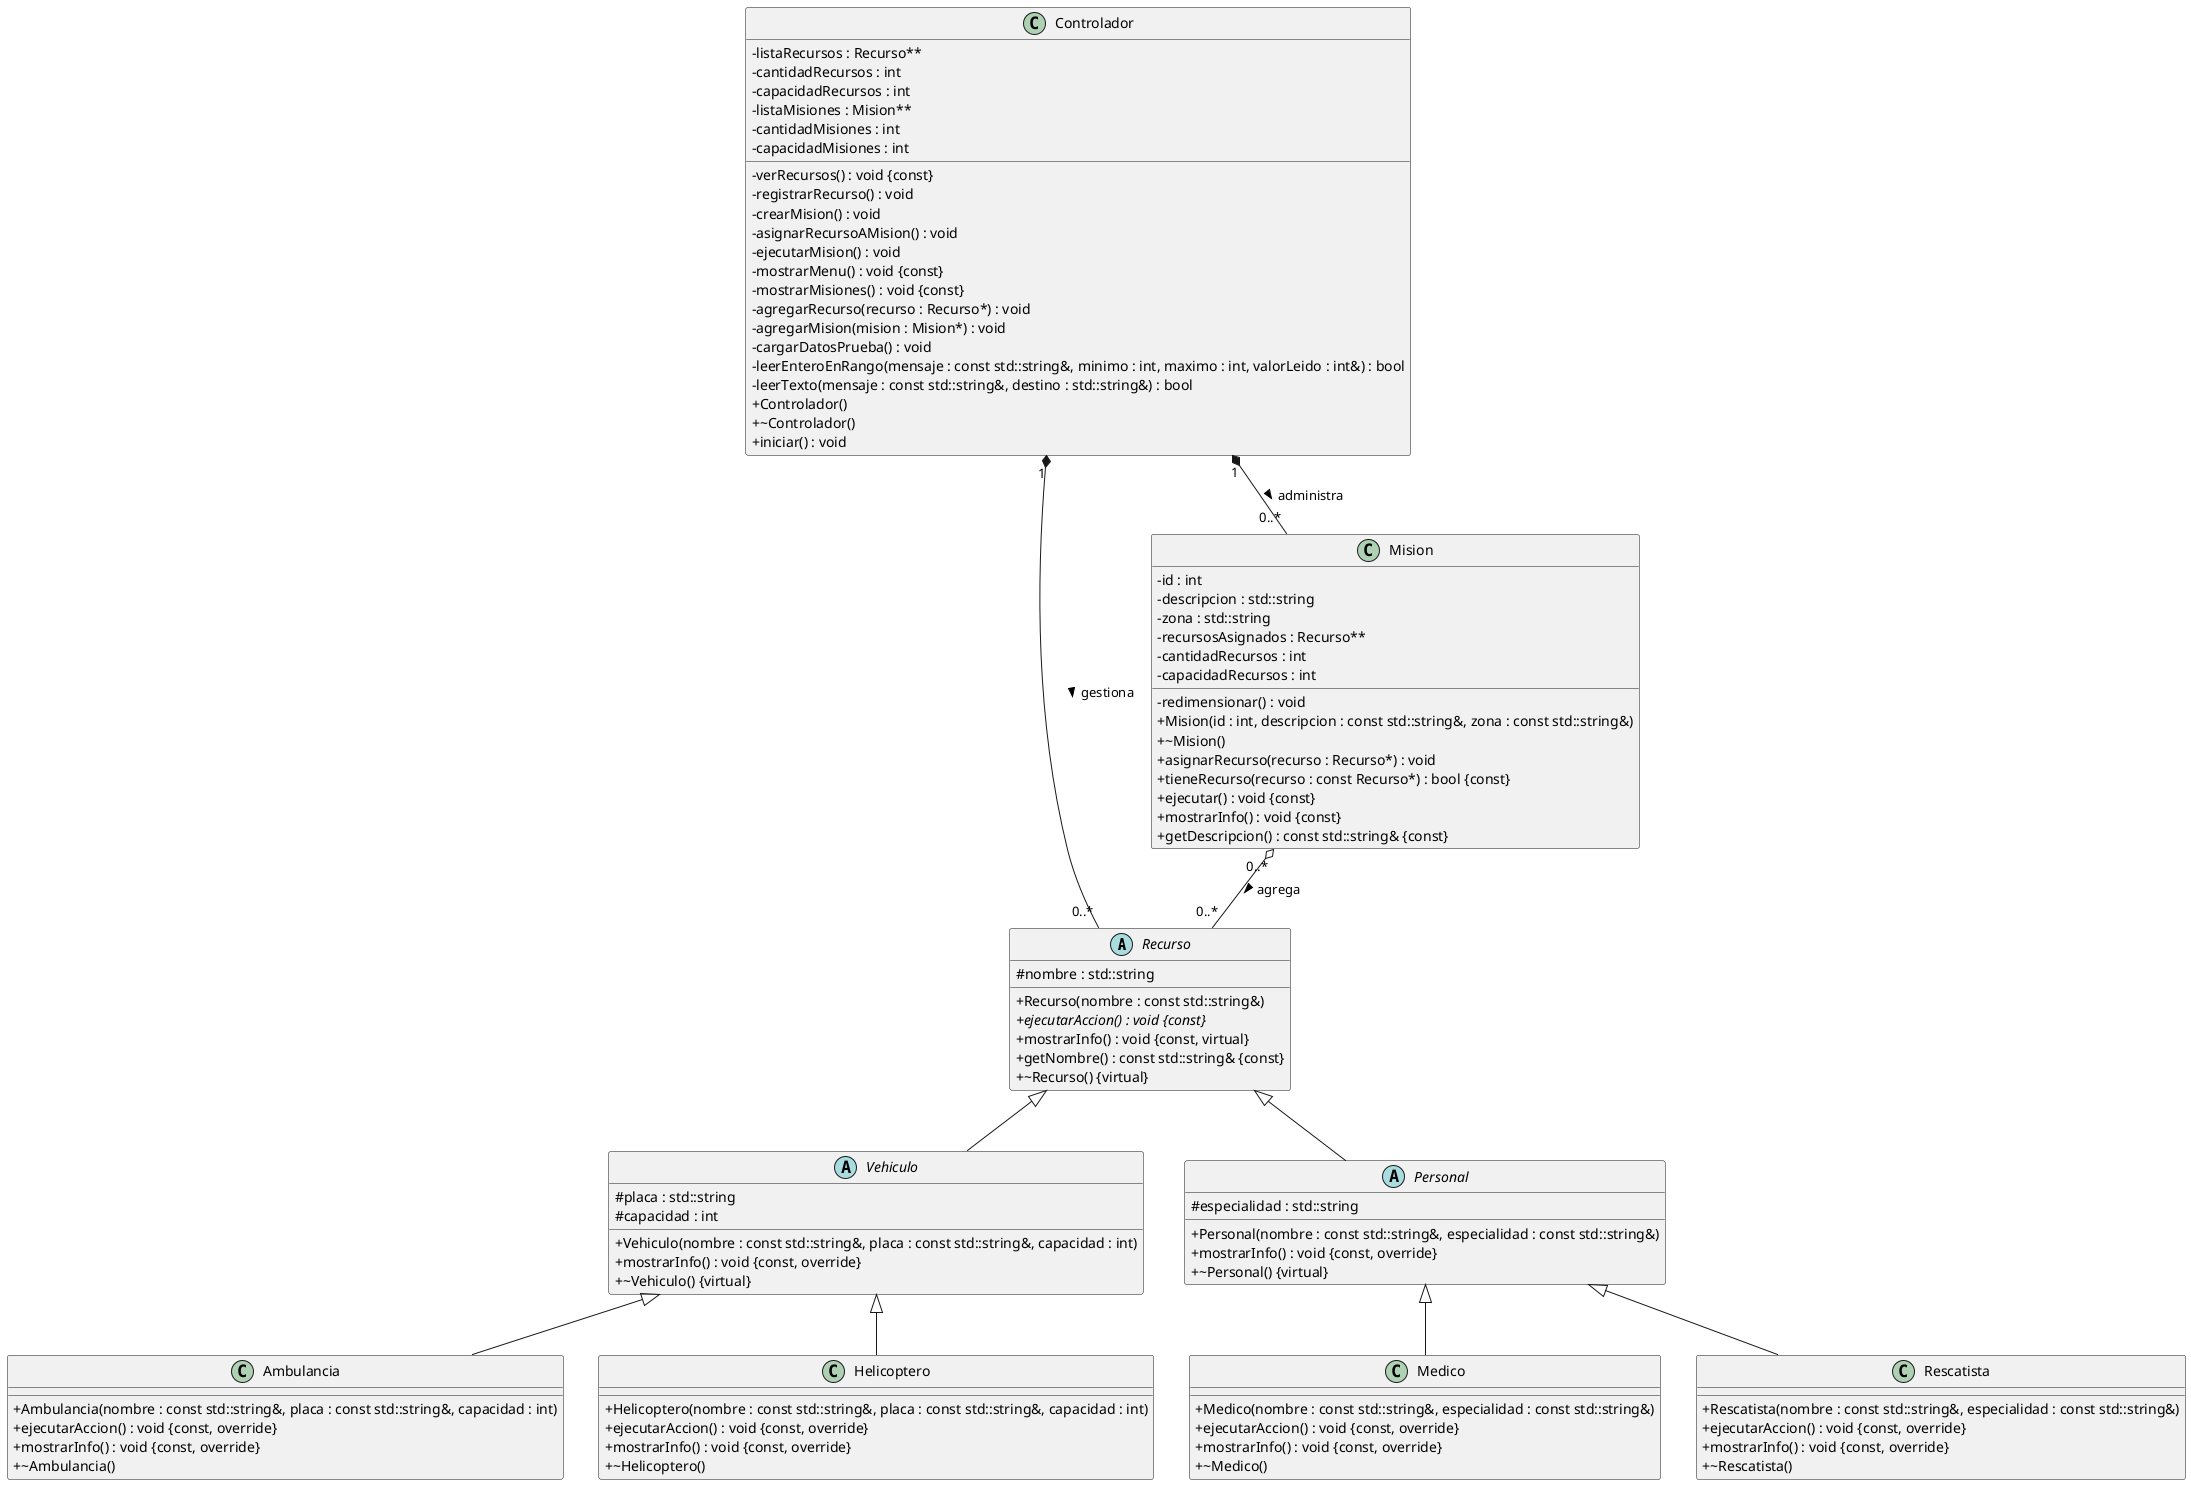
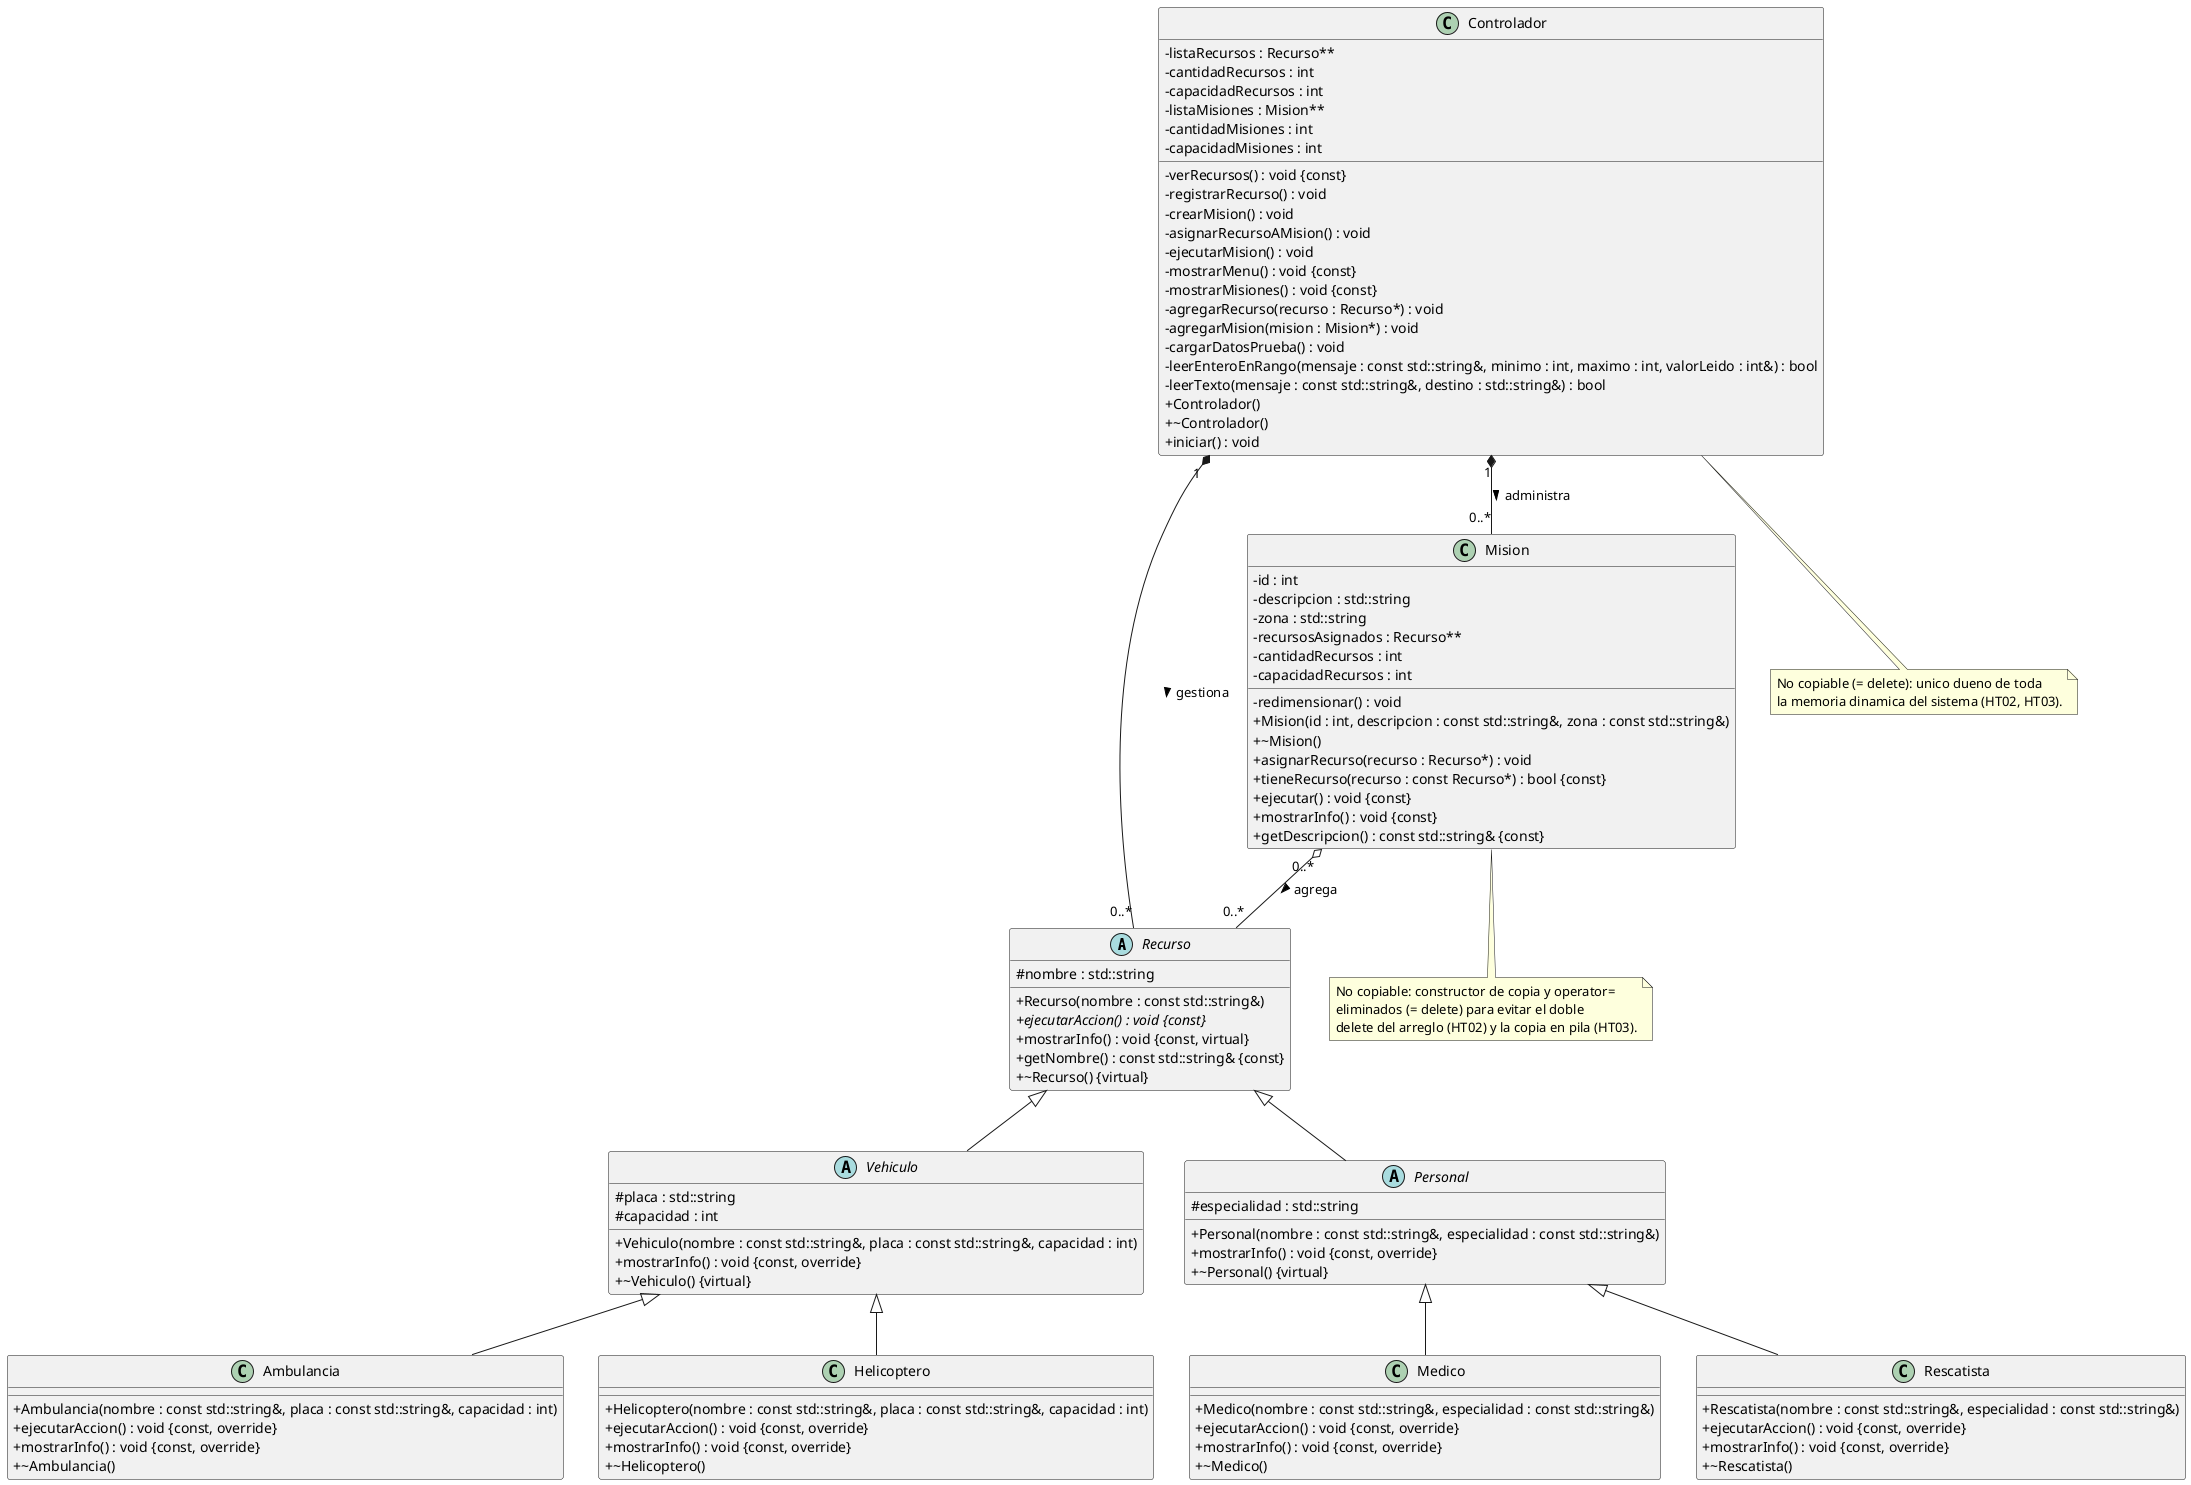
@startuml Diagrama_Clases_SGMR
' Diagrama de clases del SGMR - Parcial 2 FPOO (Universidad del Valle)
' Autor: Juan Diego Ojeda Silva (cod. 2517089) - 14/07/2026
' Coherente 1:1 con el codigo de Codigo/include y Codigo/src.
skinparam classAttributeIconSize 0

abstract class Recurso {
    # nombre : std::string
    + Recurso(nombre : const std::string&)
    + {abstract} ejecutarAccion() : void {const}
    + mostrarInfo() : void {const, virtual}
    + getNombre() : const std::string& {const}
    + ~Recurso() {virtual}
}

abstract class Vehiculo {
    # placa : std::string
    # capacidad : int
    + Vehiculo(nombre : const std::string&, placa : const std::string&, capacidad : int)
    + mostrarInfo() : void {const, override}
    + ~Vehiculo() {virtual}
}

abstract class Personal {
    # especialidad : std::string
    + Personal(nombre : const std::string&, especialidad : const std::string&)
    + mostrarInfo() : void {const, override}
    + ~Personal() {virtual}
}

class Ambulancia {
    + Ambulancia(nombre : const std::string&, placa : const std::string&, capacidad : int)
    + ejecutarAccion() : void {const, override}
    + mostrarInfo() : void {const, override}
    + ~Ambulancia()
}

class Helicoptero {
    + Helicoptero(nombre : const std::string&, placa : const std::string&, capacidad : int)
    + ejecutarAccion() : void {const, override}
    + mostrarInfo() : void {const, override}
    + ~Helicoptero()
}

class Medico {
    + Medico(nombre : const std::string&, especialidad : const std::string&)
    + ejecutarAccion() : void {const, override}
    + mostrarInfo() : void {const, override}
    + ~Medico()
}

class Rescatista {
    + Rescatista(nombre : const std::string&, especialidad : const std::string&)
    + ejecutarAccion() : void {const, override}
    + mostrarInfo() : void {const, override}
    + ~Rescatista()
}

class Mision {
    - id : int
    - descripcion : std::string
    - zona : std::string
    - recursosAsignados : Recurso**
    - cantidadRecursos : int
    - capacidadRecursos : int
    - redimensionar() : void
    + Mision(id : int, descripcion : const std::string&, zona : const std::string&)
    + ~Mision()
    + asignarRecurso(recurso : Recurso*) : void
    + tieneRecurso(recurso : const Recurso*) : bool {const}
    + ejecutar() : void {const}
    + mostrarInfo() : void {const}
    + getDescripcion() : const std::string& {const}
}

class Controlador {
    - listaRecursos : Recurso**
    - cantidadRecursos : int
    - capacidadRecursos : int
    - listaMisiones : Mision**
    - cantidadMisiones : int
    - capacidadMisiones : int
    - verRecursos() : void {const}
    - registrarRecurso() : void
    - crearMision() : void
    - asignarRecursoAMision() : void
    - ejecutarMision() : void
    - mostrarMenu() : void {const}
    - mostrarMisiones() : void {const}
    - agregarRecurso(recurso : Recurso*) : void
    - agregarMision(mision : Mision*) : void
    - cargarDatosPrueba() : void
    - leerEnteroEnRango(mensaje : const std::string&, minimo : int, maximo : int, valorLeido : int&) : bool
    - leerTexto(mensaje : const std::string&, destino : std::string&) : bool
    + Controlador()
    + ~Controlador()
    + iniciar() : void
}

+ note bottom of Mision
+   No copiable: constructor de copia y operator=
+   eliminados (= delete) para evitar el doble
+   delete del arreglo (HT02) y la copia en pila (HT03).
+ end note
+ 
+ note bottom of Controlador
+   No copiable (= delete): unico dueno de toda
+   la memoria dinamica del sistema (HT02, HT03).
+ end note
+ 
' ---- Herencia ----
Recurso <|-- Vehiculo
Recurso <|-- Personal
Vehiculo <|-- Ambulancia
Vehiculo <|-- Helicoptero
Personal <|-- Medico
Personal <|-- Rescatista

' ---- Composicion: el Controlador crea y destruye recursos y misiones ----
Controlador "1" *-- "0..*" Recurso : gestiona >
Controlador "1" *-- "0..*" Mision : administra >

' ---- Agregacion: la Mision referencia recursos sin ser su duenia ----
Mision "0..*" o-- "0..*" Recurso : agrega >

@enduml
